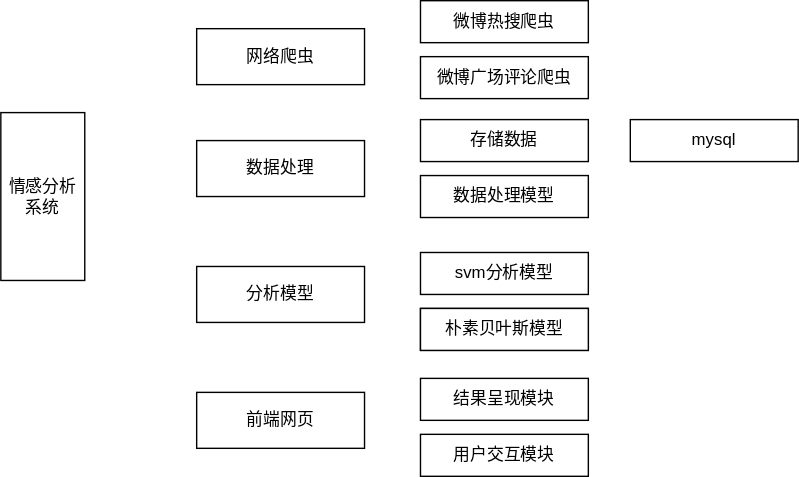
Before: 组成模块.drawio.svg, a diagram exported from draw.io (hikari0217/hikari). Source tidied: cells renumbered, new cells last; positions are measured from the earlier drawing's top-left corner, leaving out a move shared by most shapes.
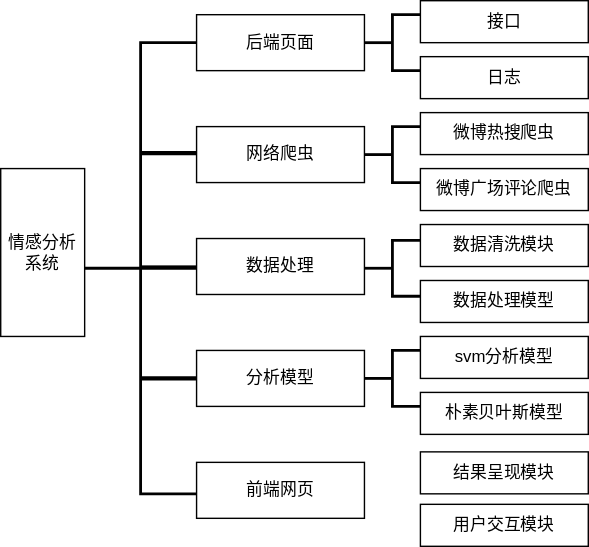
The same diagram one commit later.

Commit message:
更新组成模块.drawio.svg

Diff of the diagram source:
```diff
@@ -3,49 +3,102 @@
     <mxCell id="0" />
     <mxCell id="1" parent="0" />
     <mxCell id="2" value="情感分析系统" style="rounded=0;whiteSpace=wrap;html=1;" parent="1" vertex="1">
-      <mxGeometry y="80" width="60" height="120" as="geometry" />
+      <mxGeometry y="30" width="60" height="120" as="geometry" />
     </mxCell>
     <mxCell id="3" value="网络爬虫" style="rounded=0;whiteSpace=wrap;html=1;" parent="1" vertex="1">
-      <mxGeometry x="140" y="20" width="120" height="40" as="geometry" />
+      <mxGeometry x="140" width="120" height="40" as="geometry" />
     </mxCell>
     <mxCell id="4" value="分析模型" style="rounded=0;whiteSpace=wrap;html=1;" parent="1" vertex="1">
-      <mxGeometry x="140" y="190" width="120" height="40" as="geometry" />
+      <mxGeometry x="140" y="160" width="120" height="40" as="geometry" />
     </mxCell>
     <mxCell id="5" value="前端网页" style="rounded=0;whiteSpace=wrap;html=1;" parent="1" vertex="1">
-      <mxGeometry x="140" y="280" width="120" height="40" as="geometry" />
+      <mxGeometry x="140" y="240" width="120" height="40" as="geometry" />
     </mxCell>
     <mxCell id="6" value="微博热搜爬虫" style="rounded=0;whiteSpace=wrap;html=1;" parent="1" vertex="1">
-      <mxGeometry x="300" width="120" height="30" as="geometry" />
+      <mxGeometry x="300" y="-10" width="120" height="30" as="geometry" />
     </mxCell>
     <mxCell id="7" value="微博广场评论爬虫" style="rounded=0;whiteSpace=wrap;html=1;" parent="1" vertex="1">
-      <mxGeometry x="300" y="40" width="120" height="30" as="geometry" />
+      <mxGeometry x="300" y="30" width="120" height="30" as="geometry" />
     </mxCell>
-    <mxCell id="8" value="存储数据" style="rounded=0;whiteSpace=wrap;html=1;" parent="1" vertex="1">
-      <mxGeometry x="300" y="85" width="120" height="30" as="geometry" />
+    <mxCell id="8" value="数据清洗模块" style="rounded=0;whiteSpace=wrap;html=1;" parent="1" vertex="1">
+      <mxGeometry x="300" y="70" width="120" height="30" as="geometry" />
     </mxCell>
     <mxCell id="9" value="svm分析模型" style="rounded=0;whiteSpace=wrap;html=1;" parent="1" vertex="1">
-      <mxGeometry x="300" y="180" width="120" height="30" as="geometry" />
+      <mxGeometry x="300" y="150" width="120" height="30" as="geometry" />
     </mxCell>
-    <mxCell id="10" value="svm分析模型" style="rounded=0;whiteSpace=wrap;html=1;" parent="1" vertex="1">
-      <mxGeometry x="300" y="220" width="120" height="30" as="geometry" />
-    </mxCell>
     <mxCell id="11" value="朴素贝叶斯模型" style="rounded=0;whiteSpace=wrap;html=1;" parent="1" vertex="1">
-      <mxGeometry x="300" y="220" width="120" height="30" as="geometry" />
+      <mxGeometry x="300" y="190" width="120" height="30" as="geometry" />
     </mxCell>
     <mxCell id="12" value="数据处理模型" style="rounded=0;whiteSpace=wrap;html=1;" parent="1" vertex="1">
-      <mxGeometry x="300" y="125" width="120" height="30" as="geometry" />
+      <mxGeometry x="300" y="110" width="120" height="30" as="geometry" />
     </mxCell>
     <mxCell id="13" value="数据处理" style="rounded=0;whiteSpace=wrap;html=1;" parent="1" vertex="1">
-      <mxGeometry x="140" y="100" width="120" height="40" as="geometry" />
+      <mxGeometry x="140" y="80" width="120" height="40" as="geometry" />
     </mxCell>
     <mxCell id="14" value="结果呈现模块" style="rounded=0;whiteSpace=wrap;html=1;" parent="1" vertex="1">
-      <mxGeometry x="300" y="270" width="120" height="30" as="geometry" />
+      <mxGeometry x="300" y="232.5" width="120" height="30" as="geometry" />
     </mxCell>
     <mxCell id="15" value="用户交互模块" style="rounded=0;whiteSpace=wrap;html=1;" parent="1" vertex="1">
-      <mxGeometry x="300" y="310" width="120" height="30" as="geometry" />
+      <mxGeometry x="300" y="270" width="120" height="30" as="geometry" />
     </mxCell>
-    <mxCell id="16" value="mysql" style="rounded=0;whiteSpace=wrap;html=1;" parent="1" vertex="1">
-      <mxGeometry x="450" y="85" width="120" height="30" as="geometry" />
-    </mxCell>
+    <mxCell id="17" style="strokeWidth=2;html=1;shape=mxgraph.flowchart.annotation_2;align=left;labelPosition=right;" parent="1" vertex="1">
+      <mxGeometry x="60" y="-60" width="80" height="322.5" as="geometry" />
+    </mxCell>
+    <mxCell id="18" style="endArrow=none;html=1;rounded=0;strokeWidth=1;" parent="1" edge="1" target="17">
+      <mxGeometry relative="1" as="geometry">
+        <mxPoint x="100" y="100" as="sourcePoint" />
+        <Array as="points">
+          <mxPoint x="140" y="100" />
+        </Array>
+      </mxGeometry>
+    </mxCell>
+    <mxCell id="19" style="endArrow=none;html=1;rounded=0;strokeWidth=3;" parent="1" edge="1">
+      <mxGeometry relative="1" as="geometry">
+        <mxPoint x="100" y="180" as="sourcePoint" />
+        <mxPoint x="140" y="180" as="targetPoint" />
+        <Array as="points">
+          <mxPoint x="140" y="180" />
+        </Array>
+      </mxGeometry>
+    </mxCell>
+    <mxCell id="20" value="后端页面" style="rounded=0;whiteSpace=wrap;html=1;" parent="1" vertex="1">
+      <mxGeometry x="140" y="-80" width="120" height="40" as="geometry" />
+    </mxCell>
+    <mxCell id="21" style="endArrow=none;html=1;rounded=0;strokeWidth=3;" parent="1" edge="1">
+      <mxGeometry relative="1" as="geometry">
+        <mxPoint x="100" y="19" as="sourcePoint" />
+        <mxPoint x="140" y="19" as="targetPoint" />
+        <Array as="points">
+          <mxPoint x="140" y="19" />
+        </Array>
+      </mxGeometry>
+    </mxCell>
+    <mxCell id="22" style="endArrow=none;html=1;rounded=0;strokeWidth=3;" parent="1" edge="1">
+      <mxGeometry relative="1" as="geometry">
+        <mxPoint x="100" y="100.8" as="sourcePoint" />
+        <mxPoint x="140" y="100.8" as="targetPoint" />
+        <Array as="points">
+          <mxPoint x="140" y="100.8" />
+        </Array>
+      </mxGeometry>
+    </mxCell>
+    <mxCell id="23" style="strokeWidth=2;html=1;shape=mxgraph.flowchart.annotation_2;align=left;labelPosition=right;" parent="1" vertex="1">
+      <mxGeometry x="260" y="-80" width="40" height="40" as="geometry" />
+    </mxCell>
+    <mxCell id="24" style="strokeWidth=2;html=1;shape=mxgraph.flowchart.annotation_2;align=left;labelPosition=right;" parent="1" vertex="1">
+      <mxGeometry x="260" width="40" height="40" as="geometry" />
+    </mxCell>
+    <mxCell id="25" style="strokeWidth=2;html=1;shape=mxgraph.flowchart.annotation_2;align=left;labelPosition=right;" parent="1" vertex="1">
+      <mxGeometry x="260" y="81.2" width="40" height="40" as="geometry" />
+    </mxCell>
+    <mxCell id="26" style="strokeWidth=2;html=1;shape=mxgraph.flowchart.annotation_2;align=left;labelPosition=right;" parent="1" vertex="1">
+      <mxGeometry x="260" y="160" width="40" height="40" as="geometry" />
+    </mxCell>
+    <mxCell id="27" value="接口" style="rounded=0;whiteSpace=wrap;html=1;" parent="1" vertex="1">
+      <mxGeometry x="300" y="-90" width="120" height="30" as="geometry" />
+    </mxCell>
+    <mxCell id="28" value="日志" style="rounded=0;whiteSpace=wrap;html=1;" parent="1" vertex="1">
+      <mxGeometry x="300" y="-50" width="120" height="30" as="geometry" />
+    </mxCell>
   </root>
 </mxGraphModel>
```
